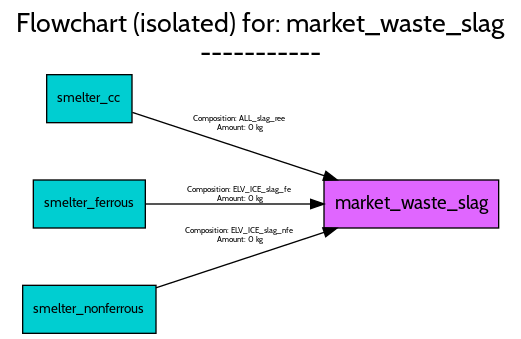
Before: src/futuram/examples/ELV/figures/flowcharts/processes/png/market_waste_slag.png, a diagram exported from Graphviz (FutuRaM-Project/Recovery-Model). Its source is kept beside it as src/futuram/examples/ELV/figures/flowcharts/processes/dot/market_waste_slag.dot.
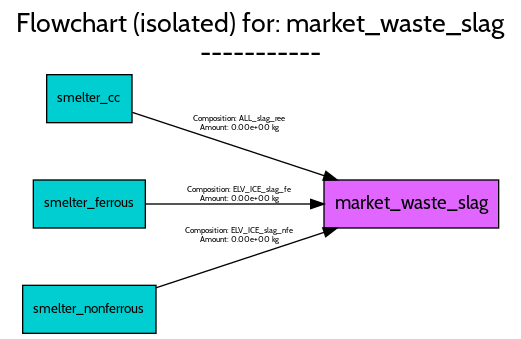
After the commit.

Change to the diagram source:
```diff
@@ -35,7 +35,7 @@
 		fontname=Cabin,
 		fontsize=6,
 		label="Composition: ALL_slag_ree
-Amount: 0 kg",
+Amount: 0.00e+00 kg",
 		lp="176,157",
 		pos="e,248.82,115.04 95.31,165.67 131.65,153.68 192.55,133.6 239.12,118.24"];
 	smelter_ferrous	[fillcolor=darkturquoise,
@@ -50,7 +50,7 @@
 		fontname=Cabin,
 		fontsize=6,
 		label="Composition: ELV_ICE_slag_fe
-Amount: 0 kg",
+Amount: 0.00e+00 kg",
 		lp="176,104",
 		pos="e,239,97 105.17,97 139.08,97 188.03,97 228.82,97"];
 	smelter_nonferrous	[fillcolor=darkturquoise,
@@ -65,7 +65,7 @@
 		fontname=Cabin,
 		fontsize=6,
 		label="Composition: ELV_ICE_slag_nfe
-Amount: 0 kg",
+Amount: 0.00e+00 kg",
 		lp="176,73",
 		pos="e,248.67,78.913 113.04,34.177 149.46,46.188 199.46,62.68 239.09,75.753"];
 }
```
